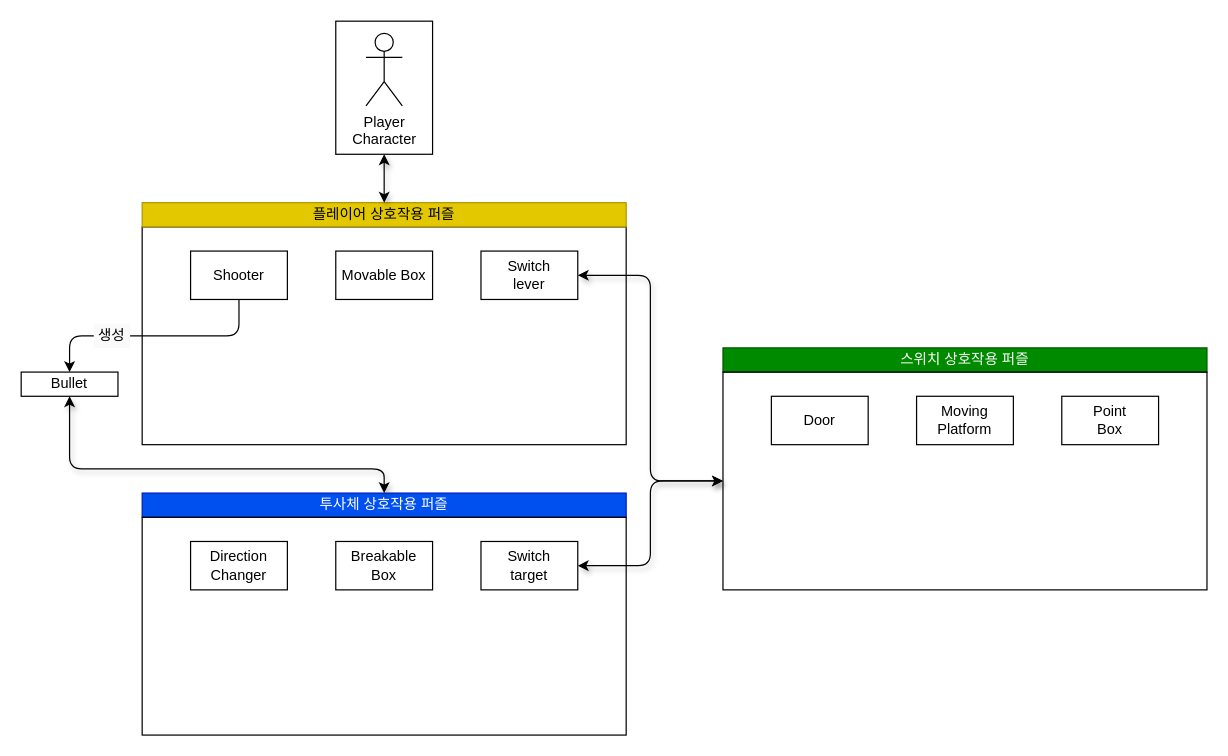
The draw.io diagram 기획서/차트/플로우차트/퍼즐구조/puzzle.drawio in taeseongeom/WA, before the edit. Source tidied: cells renumbered, new cells numbered last; positions are measured from the earlier drawing's top-left corner, leaving out a move shared by most shapes. Both pictures are drawn from the tidied source at 121%, with x=0, y=0 at pixel (21, 21).
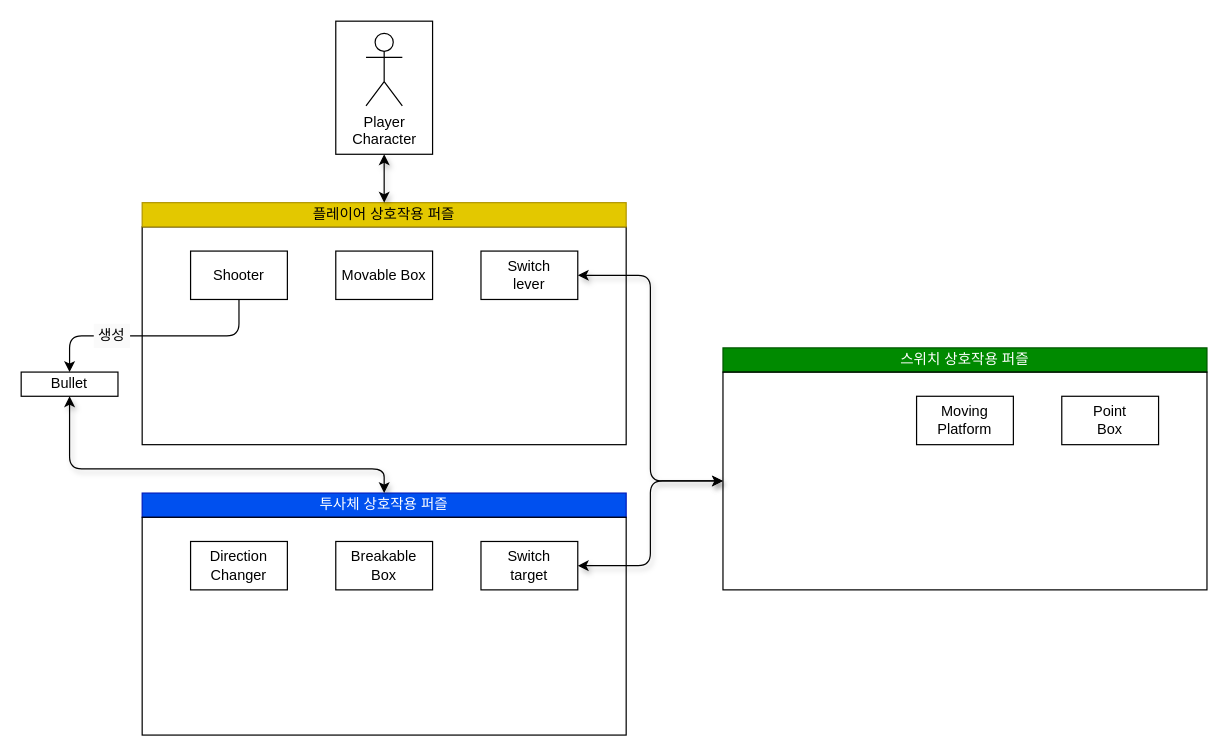
Above is the later version.

Diff of the diagram source:
```diff
@@
-    <mxCell id="21" value="Door" style="rounded=0;whiteSpace=wrap;html=1;fillColor=none;" parent="1" vertex="1">
-      <mxGeometry x="620" y="310" width="80" height="40" as="geometry" />
-    </mxCell>
```
